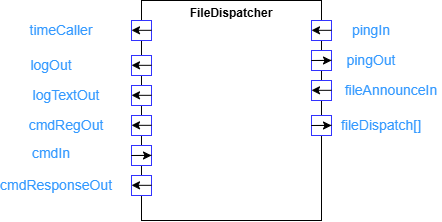
Earlier version of the draw.io export Svc/FileDispatcher/docs/img/FileDispatcher.drawio.png (nasa/fprime). Source tidied: cells renumbered, new cells last; positions are measured from the earlier drawing's top-left corner, leaving out a move shared by most shapes.
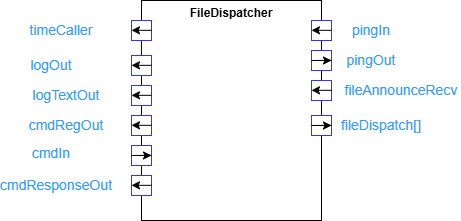
After the change.

Diff of the diagram source:
```diff
@@ -94,8 +94,8 @@
         <mxPoint x="310" y="89.8" as="targetPoint" />
       </mxGeometry>
     </mxCell>
-    <mxCell id="23" value="fileAnnounceIn" style="text;html=1;whiteSpace=wrap;strokeColor=none;fillColor=none;align=center;verticalAlign=middle;rounded=0;fontSize=14;fontColor=#3399FF;" parent="1" vertex="1">
-      <mxGeometry x="340" y="77.5" width="100" height="25" as="geometry" />
+    <mxCell id="23" value="fileAnnounceRecv" style="text;html=1;whiteSpace=wrap;strokeColor=none;fillColor=none;align=center;verticalAlign=middle;rounded=0;fontSize=14;fontColor=#3399FF;" parent="1" vertex="1">
+      <mxGeometry x="340" y="77.5" width="120" height="25" as="geometry" />
     </mxCell>
     <mxCell id="24" style="whiteSpace=wrap;html=1;strokeColor=#3333FF;" parent="1" vertex="1">
       <mxGeometry x="130" y="115" width="20" height="20" as="geometry" />
```
